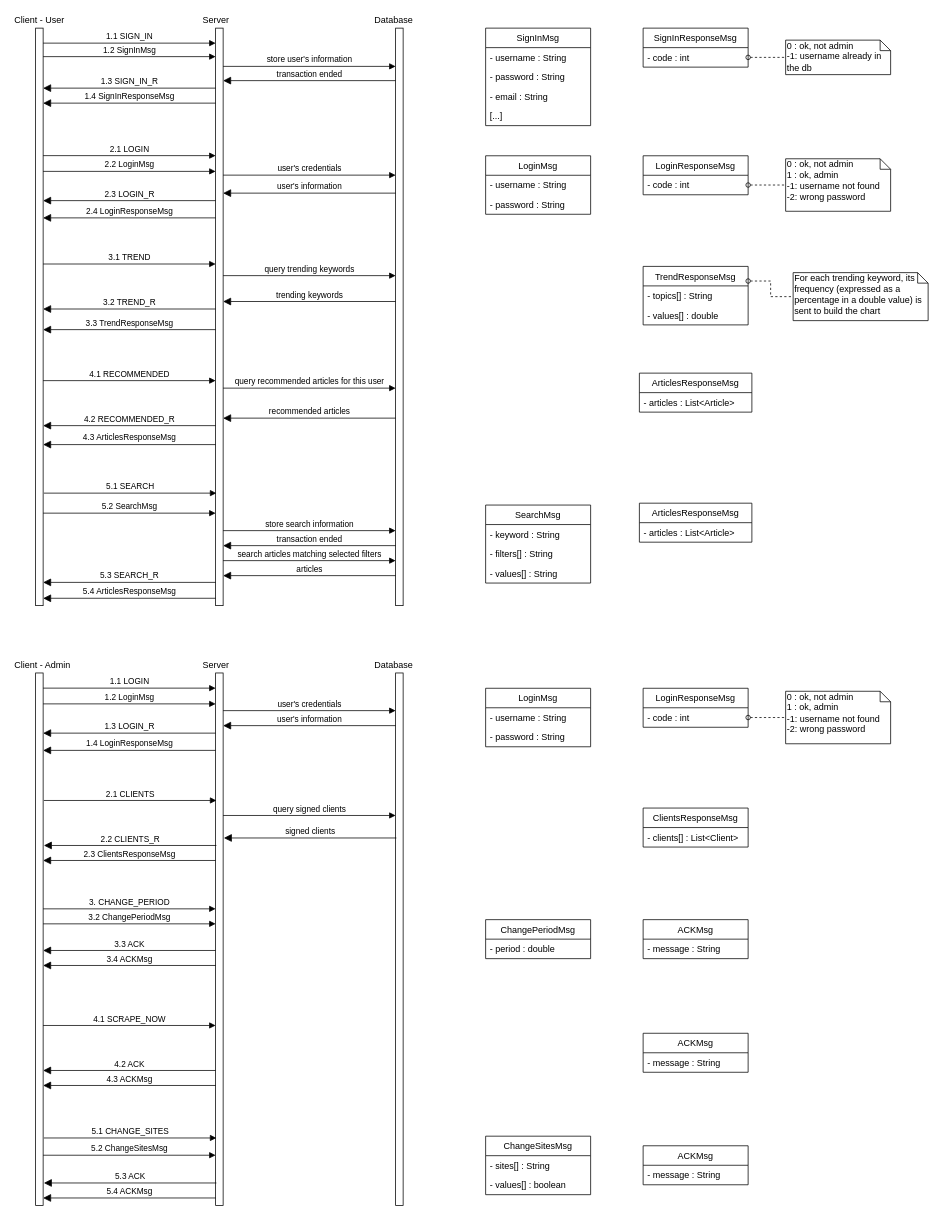
marcopettorali/lnpx_task2 keeps this draw.io diagram as documents/protocol_uml_diagram/protocol.drawio. Above is the earlier version. Source tidied: cells renumbered, new cells numbered last; positions are measured from the earlier drawing's top-left corner, leaving out a move shared by most shapes. Both pictures are drawn from the tidied source at 75%, with x=0, y=0 at pixel (13, 13).
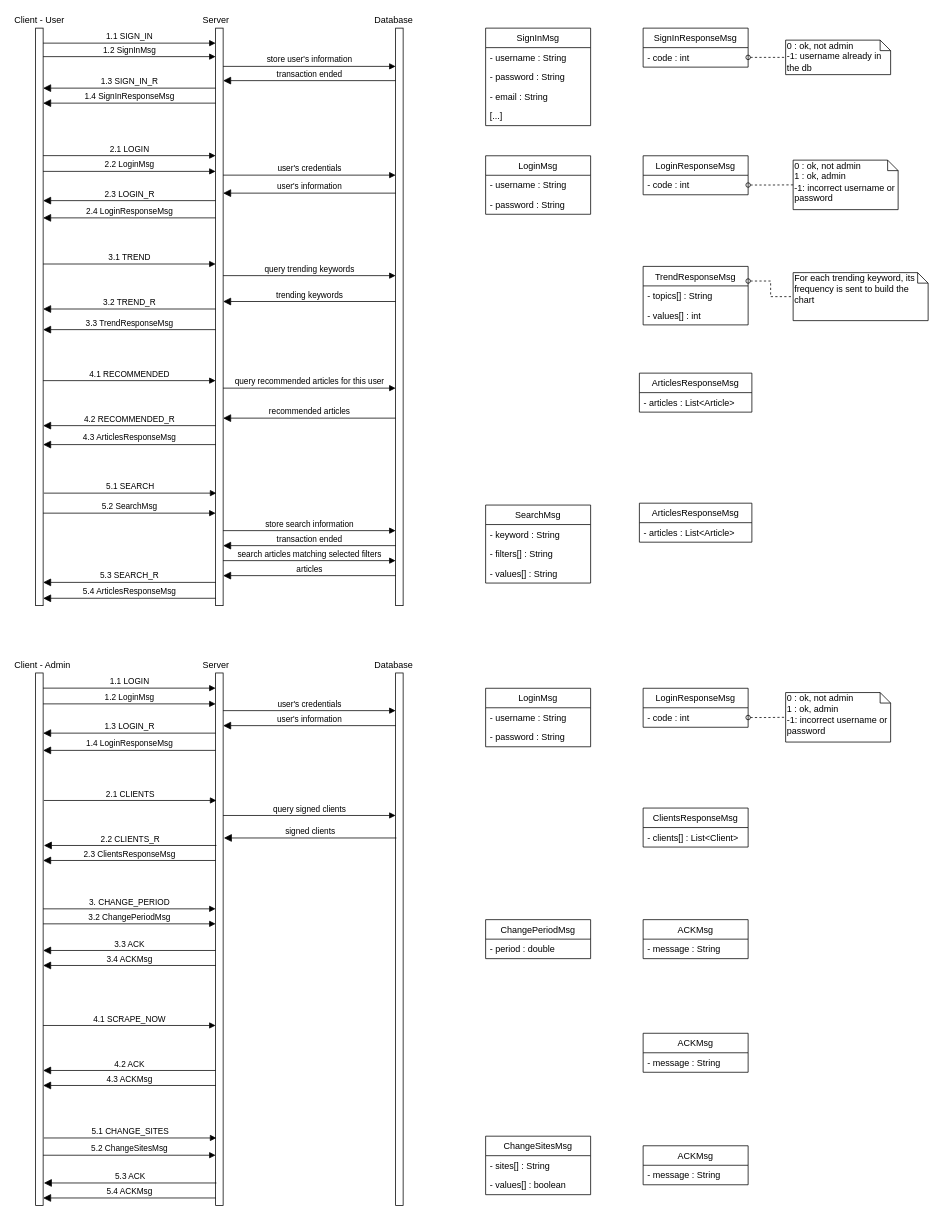
The same diagram, later.

The change refers to these unchanged cells:
```xml
<mxCell id="71" value="TrendResponseMsg" style="swimlane;fontStyle=0;horizontal=1;startSize=26;fillColor=none;" parent="1" vertex="1">
  <mxGeometry x="840" y="337.7" width="140" height="78" as="geometry" />
</mxCell>
<mxCell id="98" value="- code : int" style="text;strokeColor=none;fillColor=none;align=left;verticalAlign=top;spacingLeft=4;spacingRight=4;overflow=hidden;points=[[0,0.5],[1,0.5]];portConstraint=eastwest;" parent="97" vertex="1">
  <mxGeometry y="26" width="140" height="26" as="geometry" />
</mxCell>
```

Change to the diagram source:
```diff
@@
-    <mxCell id="51" value="0 : ok, not admin&lt;br&gt;1 : ok, admin&lt;br&gt;-1: username not found&lt;br&gt;-2: wrong password" style="shape=note;whiteSpace=wrap;html=1;size=14;verticalAlign=top;align=left;spacingTop=-6;" parent="1" vertex="1">
-      <mxGeometry x="1030" y="194.2" width="140" height="70" as="geometry" />
+    <mxCell id="51" value="0 : ok, not admin&lt;br&gt;1 : ok, admin&lt;br&gt;-1: incorrect username or password" style="shape=note;whiteSpace=wrap;html=1;size=14;verticalAlign=top;align=left;spacingTop=-6;" parent="1" vertex="1">
+      <mxGeometry x="1040" y="196" width="140" height="66" as="geometry" />
     </mxCell>
@@
-    <mxCell id="73" value="- values[] : double" style="text;strokeColor=none;fillColor=none;align=left;verticalAlign=top;spacingLeft=4;spacingRight=4;overflow=hidden;" parent="71" vertex="1">
+    <mxCell id="73" value="- values[] : int" style="text;strokeColor=none;fillColor=none;align=left;verticalAlign=top;spacingLeft=4;spacingRight=4;overflow=hidden;" parent="71" vertex="1">
       <mxGeometry y="52" width="140" height="26" as="geometry" />
     </mxCell>
-    <mxCell id="74" value="For each trending keyword, its frequency (expressed as a percentage in a double value) is sent to build the chart" style="shape=note;whiteSpace=wrap;html=1;size=14;verticalAlign=top;align=left;spacingTop=-6;" parent="1" vertex="1">
+    <mxCell id="74" value="For each trending keyword, its frequency is sent to build the chart" style="shape=note;whiteSpace=wrap;html=1;size=14;verticalAlign=top;align=left;spacingTop=-6;" parent="1" vertex="1">
       <mxGeometry x="1040" y="346" width="180" height="64" as="geometry" />
     </mxCell>
@@
-    <mxCell id="99" value="0 : ok, not admin&lt;br&gt;1 : ok, admin&lt;br&gt;-1: username not found&lt;br&gt;-2: wrong password" style="shape=note;whiteSpace=wrap;html=1;size=14;verticalAlign=top;align=left;spacingTop=-6;" parent="1" vertex="1">
-      <mxGeometry x="1030" y="904.2" width="140" height="70" as="geometry" />
-    </mxCell>
-    <mxCell id="100" style="edgeStyle=orthogonalEdgeStyle;rounded=0;jettySize=auto;html=1;endArrow=none;endFill=0;dashed=1;startArrow=oval;startFill=0;" parent="1" edge="1" source="98" target="99">
+    <mxCell id="100" style="edgeStyle=orthogonalEdgeStyle;rounded=0;jettySize=auto;html=1;endArrow=none;endFill=0;dashed=1;startArrow=oval;startFill=0;" parent="1" edge="1" source="98" target="115">
       <mxGeometry relative="1" as="geometry" />
     </mxCell>
@@
+    <mxCell id="115" value="0 : ok, not admin&lt;br&gt;1 : ok, admin&lt;br&gt;-1: incorrect username or password" style="shape=note;whiteSpace=wrap;html=1;size=14;verticalAlign=top;align=left;spacingTop=-6;" parent="1" vertex="1">
+      <mxGeometry x="1030" y="905.9" width="140" height="66" as="geometry" />
+    </mxCell>
```
